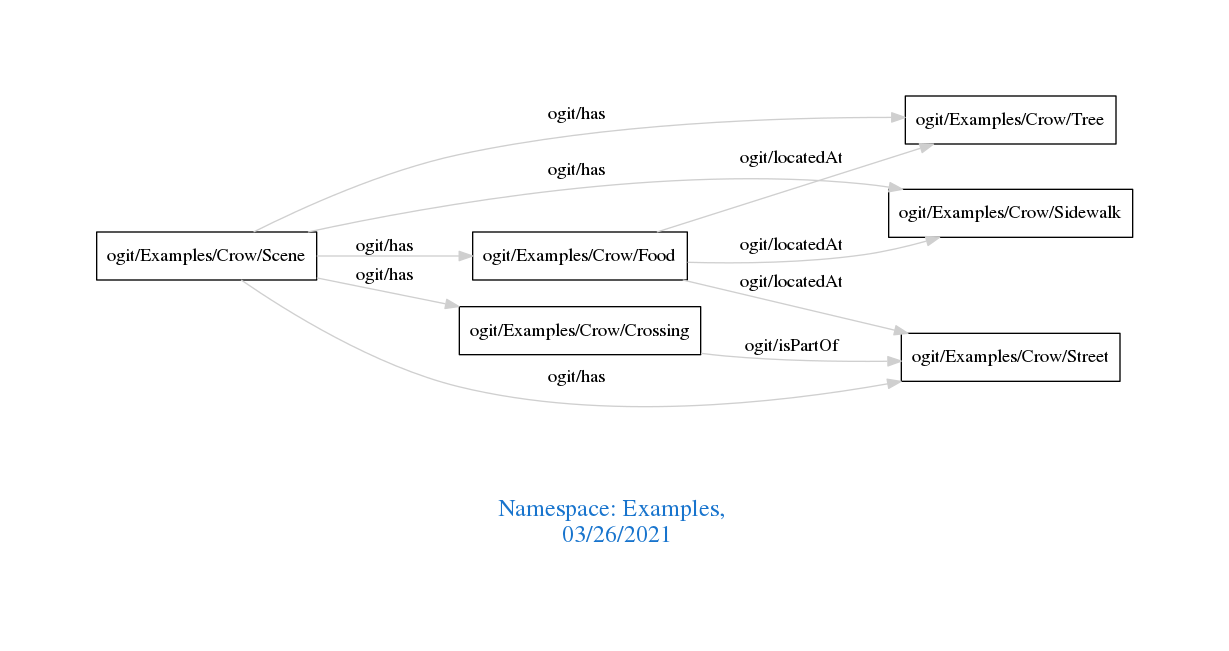
Earlier version of the Graphviz export downloads/Examples.png (arago/OGIT). Its source is kept beside it as downloads/Examples.dot.
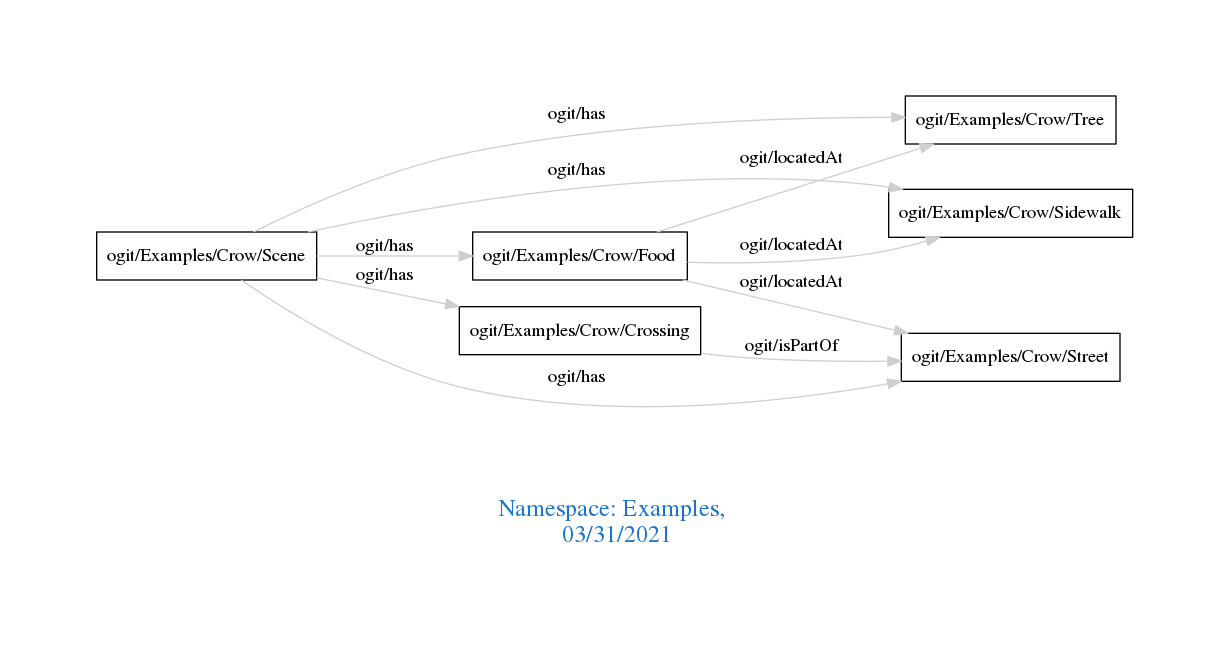
After the commit.

The edit, as a diff of the source:
```diff
@@ -1,7 +1,7 @@
 digraph OGIT_ontology {
  graph [ rankdir= LR,pad=1
 fontsize = 18,
-fontcolor= dodgerblue3,label = "\n\n\nNamespace: Examples, \n 03/26/2021"];
+fontcolor= dodgerblue3,label = "\n\n\nNamespace: Examples, \n 03/31/2021"];
 node[shape=polygon];
 edge [  color="gray81"];
 
```
